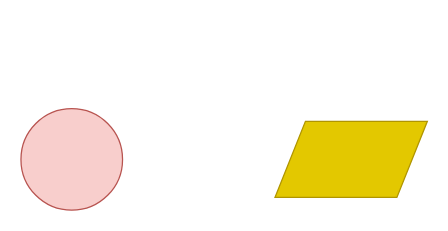
The draw.io diagram Untitled Diagram.drawio in maskwang520/mygraph, before the edit. Source tidied: cells renumbered, new cells numbered last; positions are measured from the earlier drawing's top-left corner, leaving out a move shared by most shapes. Both pictures are drawn from the tidied source at 127%, with x=0, y=0 at pixel (20, 108).
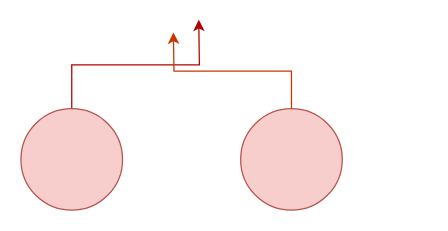
Above is the later version.

The edit, as a diff of the source:
```diff
@@
 <mxGraphModel>
   <root>
     <mxCell id="0" />
     <mxCell id="1" parent="0" />
+    <mxCell id="4" style="edgeStyle=orthogonalEdgeStyle;rounded=0;jettySize=auto;html=1;exitX=0.5;exitY=0;exitDx=0;exitDy=0;fillColor=#e51400;strokeColor=#B20000;" parent="1" edge="1" source="2">
+      <mxGeometry relative="1" as="geometry">
+        <mxPoint x="140" y="-70" as="targetPoint" />
+      </mxGeometry>
+    </mxCell>
-    <mxCell id="2" style="ellipse;whiteSpace=wrap;html=1;fillColor=#f8cecc;strokeColor=#b85450;" parent="1" vertex="1">
+    <mxCell id="2" style="ellipse;whiteSpace=wrap;html=1;fillColor=#f8cecc;strokeColor=#b85450;rotation=0;" parent="1" vertex="1">
       <mxGeometry width="80" height="80" as="geometry" />
     </mxCell>
-    <mxCell id="3" style="shape=parallelogram;perimeter=parallelogramPerimeter;whiteSpace=wrap;html=1;fillColor=#e3c800;strokeColor=#B09500;fontColor=#ffffff;" parent="1" vertex="1">
-      <mxGeometry x="200" y="10" width="120" height="60" as="geometry" />
-    </mxCell>
+    <mxCell id="5" style="edgeStyle=orthogonalEdgeStyle;rounded=0;jettySize=auto;html=1;exitX=0.5;exitY=0;exitDx=0;exitDy=0;fillColor=#fa6800;strokeColor=#C73500;" parent="1" edge="1" source="6">
+      <mxGeometry relative="1" as="geometry">
+        <mxPoint x="120" y="-60" as="targetPoint" />
+      </mxGeometry>
+    </mxCell>
+    <mxCell id="6" style="ellipse;whiteSpace=wrap;html=1;fillColor=#f8cecc;strokeColor=#b85450;" parent="1" vertex="1">
+      <mxGeometry x="173" width="80" height="80" as="geometry" />
+    </mxCell>
   </root>
 </mxGraphModel>
```
